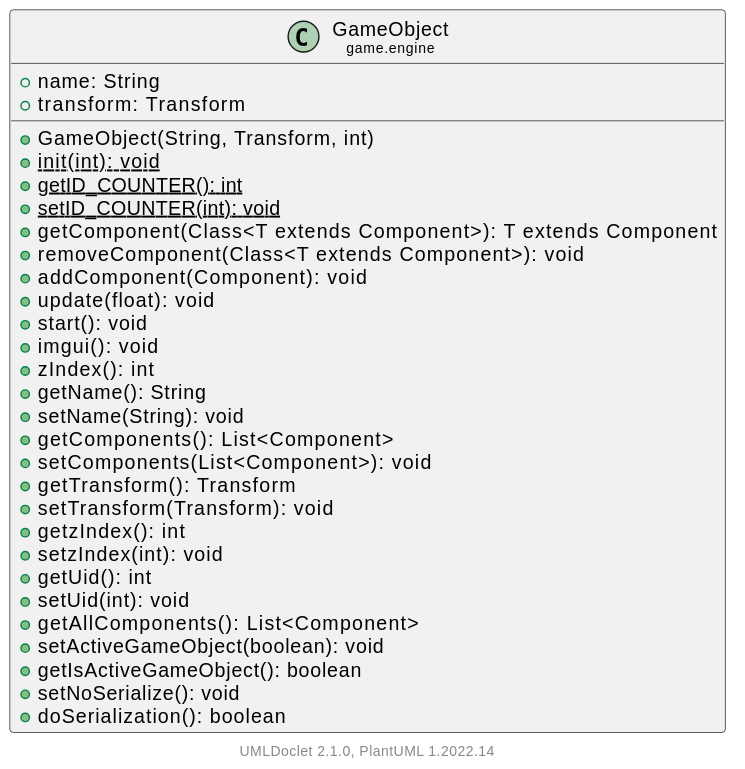
Before: doc/javadoc/game/engine/GameObject.svg, a diagram exported from PlantUML (Hirschiii/JavaGameEngine).
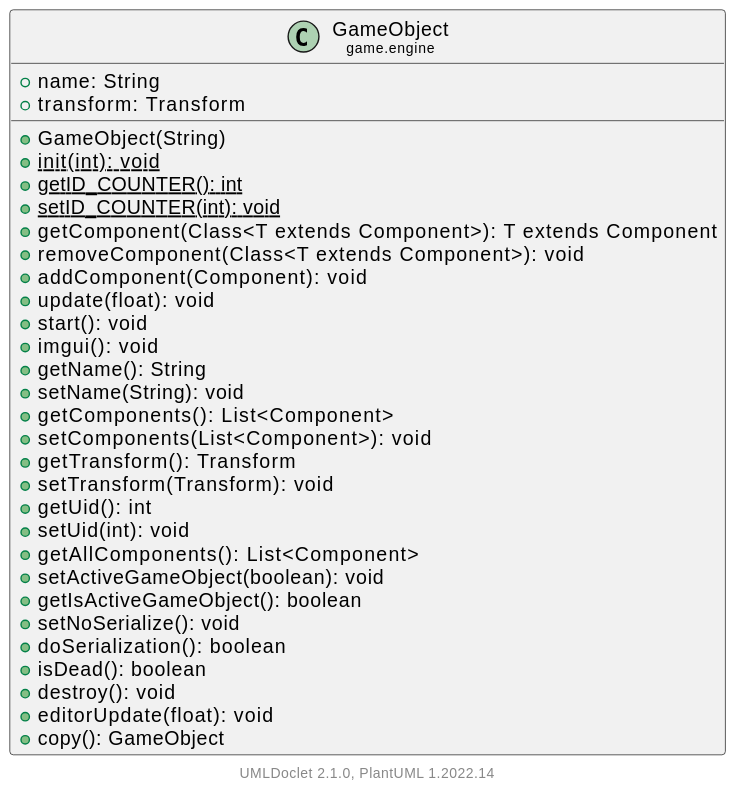
The same file after the commit.

Change to the diagram source:
```diff
@@ -6,7 +6,7 @@
     class "<size:14>GameObject\n<size:10>game.engine" as game.engine.GameObject [[GameObject.html]] {
         +name: String
         +transform: Transform
-        +GameObject(String, Transform, int)
+        +GameObject(String)
         {static} +init(int): void
         {static} +getID_COUNTER(): int
         {static} +setID_COUNTER(int): void
@@ -16,15 +16,12 @@
         +update(float): void
         +start(): void
         +imgui(): void
-        +zIndex(): int
         +getName(): String
         +setName(String): void
         +getComponents(): List<Component>
         +setComponents(List<Component>): void
         +getTransform(): Transform
         +setTransform(Transform): void
-        +getzIndex(): int
-        +setzIndex(int): void
         +getUid(): int
         +setUid(int): void
         +getAllComponents(): List<Component>
@@ -32,6 +29,10 @@
         +getIsActiveGameObject(): boolean
         +setNoSerialize(): void
         +doSerialization(): boolean
+        +isDead(): boolean
+        +destroy(): void
+        +editorUpdate(float): void
+        +copy(): GameObject
     }
 
     center footer UMLDoclet 2.1.0, PlantUML %version()
```
